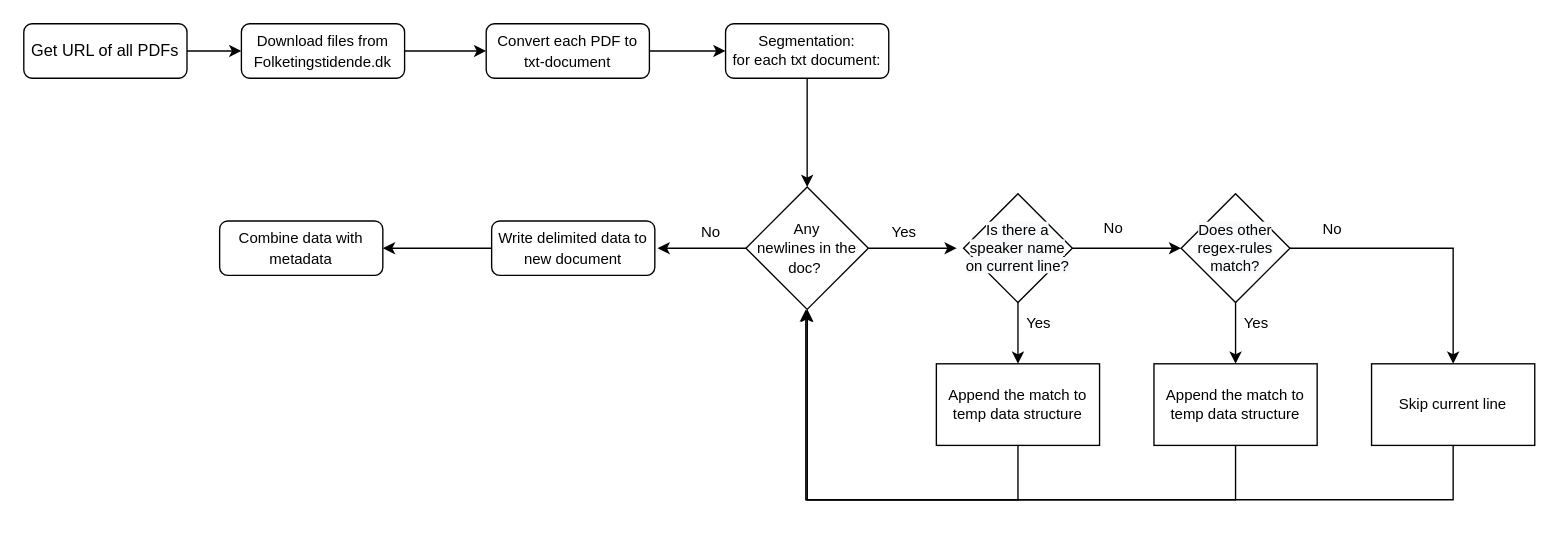
mortgad/bachelor_2021 keeps this draw.io diagram as figures/Scraping.drawio. Above is the earlier version. Source tidied: cells renumbered, new cells numbered last; positions are measured from the earlier drawing's top-left corner, leaving out a move shared by most shapes. Both pictures are drawn from the tidied source at 136%, with x=0, y=0 at pixel (23, 23).
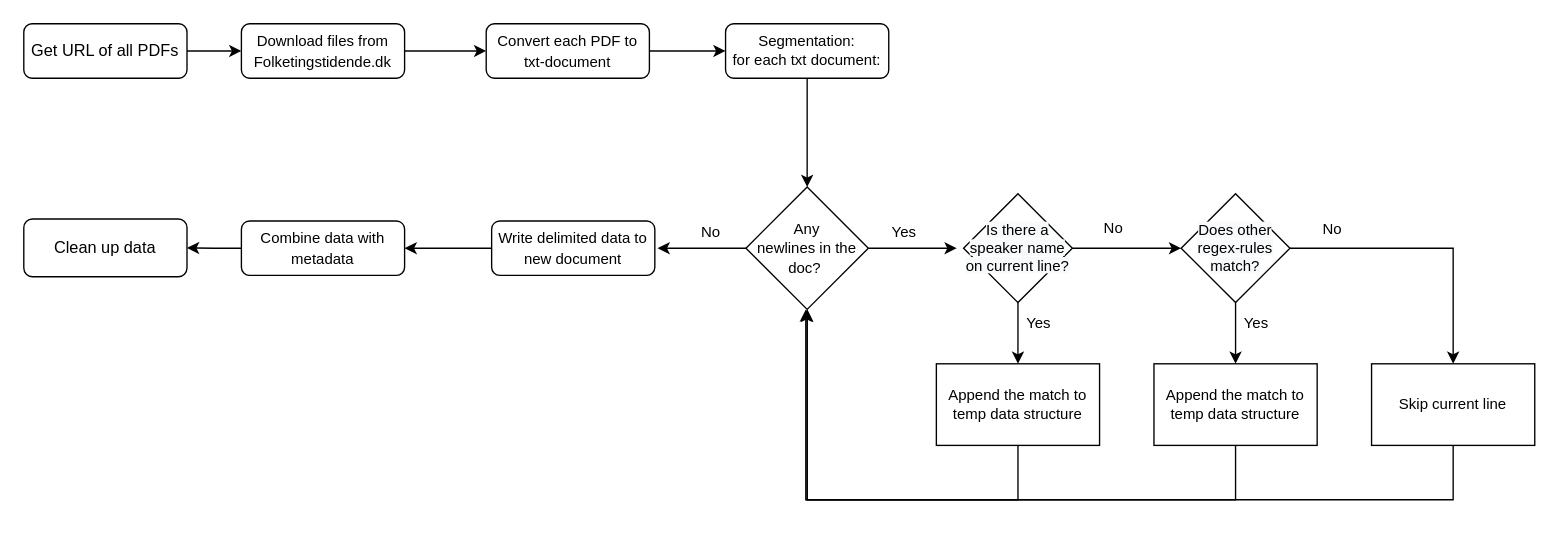
After the change.

The edit, as a diff of the source:
```diff
@@
+    <mxCell id="34" style="edgeStyle=orthogonalEdgeStyle;rounded=0;jettySize=auto;html=1;" parent="1" edge="1" source="30" target="35">
+      <mxGeometry relative="1" as="geometry" />
+    </mxCell>
     <mxCell id="30" value="&lt;font style=&quot;font-size: 11px&quot;&gt;Combine data with metadata&lt;/font&gt;" style="whiteSpace=wrap;html=1;rounded=1;shadow=0;strokeWidth=1;glass=0;" parent="1" vertex="1">
-      <mxGeometry x="144" y="145" width="120" height="40" as="geometry" />
+      <mxGeometry x="160" y="145" width="120" height="40" as="geometry" />
     </mxCell>
@@
+    <mxCell id="35" value="Clean up data" style="whiteSpace=wrap;html=1;rounded=1;shadow=0;strokeWidth=1;glass=0;" parent="1" vertex="1">
+      <mxGeometry y="143.5" width="120" height="42.5" as="geometry" />
+    </mxCell>
```
